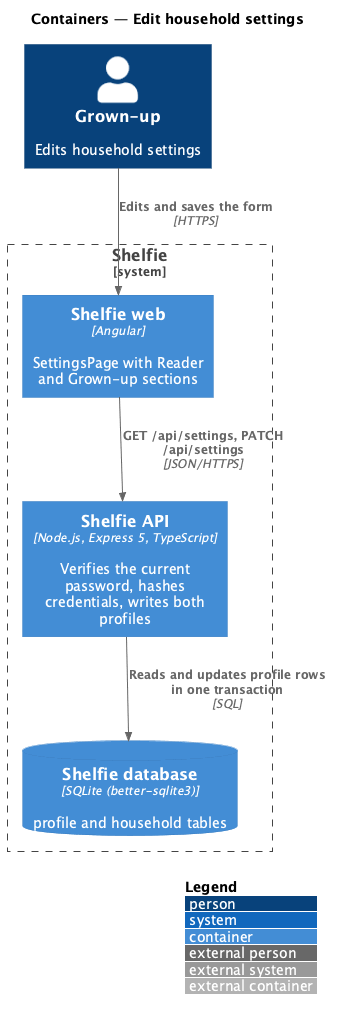
Above: docs/detailed-designs/settings/edit-household-settings/diagrams/c4-container.png in QuinntyneBrown/shelfie (PlantUML), before the change. The source it was exported from:
```plantuml
@startuml
!include <C4/C4_Container>
LAYOUT_WITH_LEGEND()
title Containers — Edit household settings

Person(grownUp, "Grown-up", "Edits household settings")
System_Boundary(shelfie, "Shelfie") {
  Container(web, "Shelfie web", "Angular", "SettingsPage with Reader and Grown-up sections")
  Container(api, "Shelfie API", "Node.js, Express 5, TypeScript", "Verifies the current password, hashes credentials, writes both profiles")
  ContainerDb(db, "Shelfie database", "SQLite (better-sqlite3)", "profile and household tables")
}
Rel(grownUp, web, "Edits and saves the form", "HTTPS")
Rel(web, api, "GET /api/settings, PATCH /api/settings", "JSON/HTTPS")
Rel(api, db, "Reads and updates profile rows in one transaction", "SQL")
@enduml
```
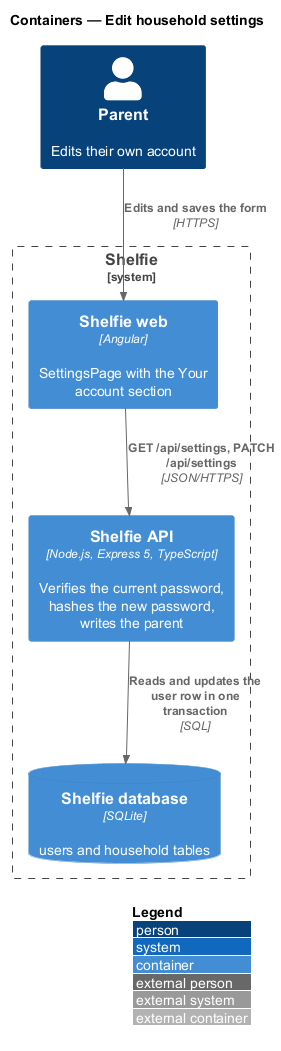
The same file after the commit.

What changed in the source:
```diff
@@ -3,13 +3,13 @@
 LAYOUT_WITH_LEGEND()
 title Containers — Edit household settings
 
-Person(grownUp, "Grown-up", "Edits household settings")
+Person(parent, "Parent", "Edits their own account")
 System_Boundary(shelfie, "Shelfie") {
-  Container(web, "Shelfie web", "Angular", "SettingsPage with Reader and Grown-up sections")
-  Container(api, "Shelfie API", "Node.js, Express 5, TypeScript", "Verifies the current password, hashes credentials, writes both profiles")
-  ContainerDb(db, "Shelfie database", "SQLite (better-sqlite3)", "profile and household tables")
+  Container(web, "Shelfie web", "Angular", "SettingsPage with the Your account section")
+  Container(api, "Shelfie API", "Node.js, Express 5, TypeScript", "Verifies the current password, hashes the new password, writes the parent")
+  ContainerDb(db, "Shelfie database", "SQLite", "users and household tables")
 }
-Rel(grownUp, web, "Edits and saves the form", "HTTPS")
+Rel(parent, web, "Edits and saves the form", "HTTPS")
 Rel(web, api, "GET /api/settings, PATCH /api/settings", "JSON/HTTPS")
-Rel(api, db, "Reads and updates profile rows in one transaction", "SQL")
+Rel(api, db, "Reads and updates the user row in one transaction", "SQL")
 @enduml
```
